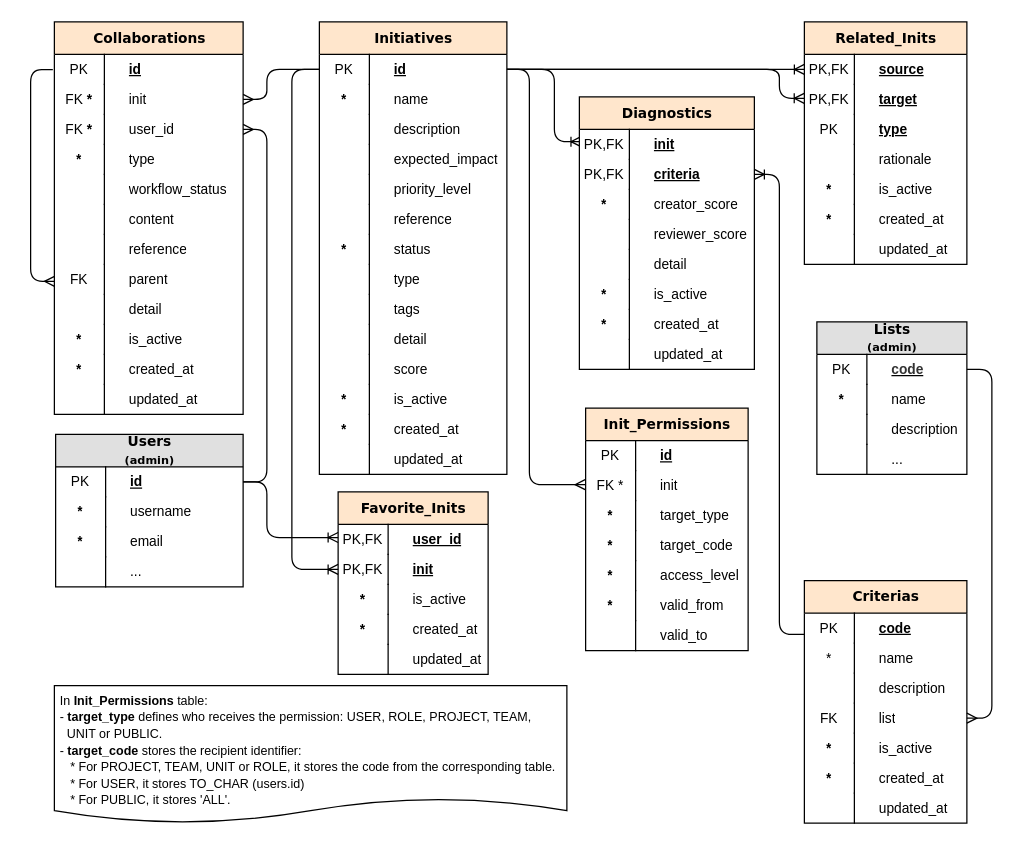
Before: page "inits" (6 of 8) of docs/models.drawio in abc-flex/synapxia, a draw.io diagram. Source tidied: cells renumbered, new cells numbered last; positions are measured from the earlier drawing's top-left corner, leaving out a move shared by most shapes. Both pictures are drawn from the tidied source at 125%, with x=0, y=0 at pixel (30, 21).
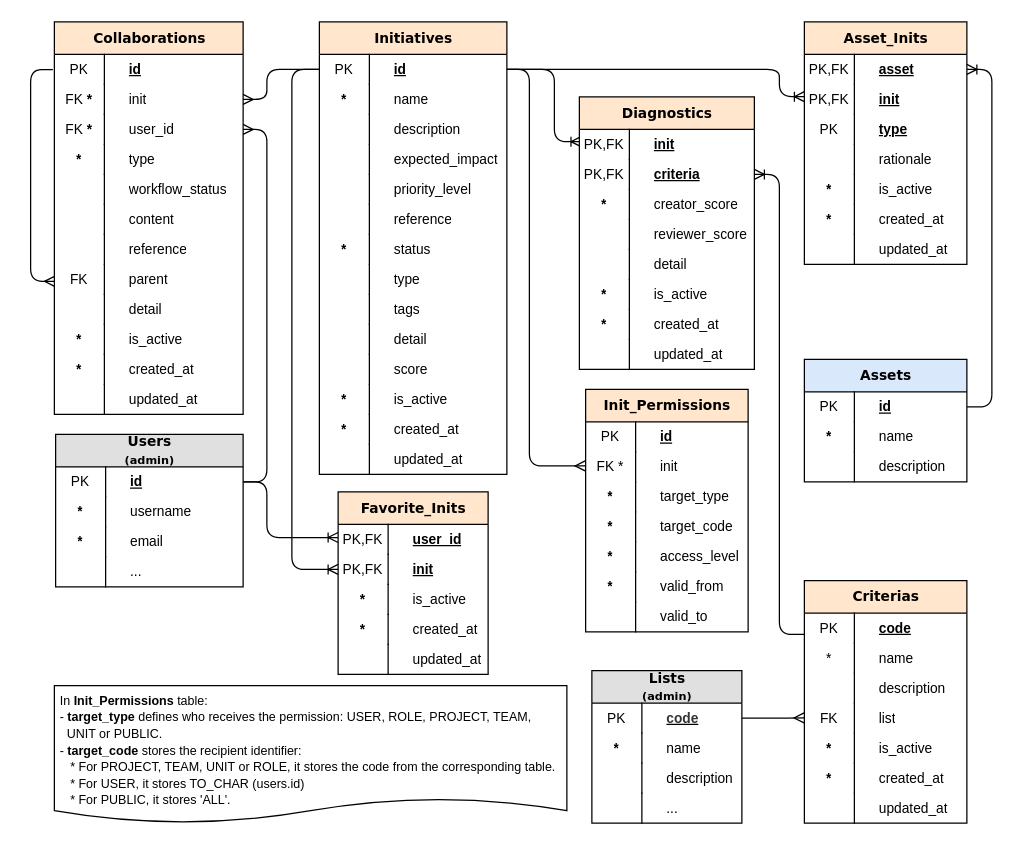
After the change.

Commit message (it also covers changes not shown here):
chore(db): change related_inits to asset_inits

Unchanged cells that the change refers to:
```xml
<mxCell id="9" value="list" style="shape=partialRectangle;top=0;left=0;right=0;bottom=0;html=1;align=left;verticalAlign=middle;fillColor=none;spacingLeft=60;spacingRight=4;whiteSpace=wrap;overflow=hidden;points=[[0,0.5],[1,0.5]];portConstraint=eastwest;fontStyle=0;fontSize=11;spacing=0;" parent="2" vertex="1">
  <mxGeometry y="98" width="130" height="24" as="geometry" />
</mxCell>
<mxCell id="10" value="FK" style="shape=partialRectangle;fontStyle=0;top=0;left=0;bottom=0;html=1;fillColor=none;align=center;verticalAlign=middle;spacingLeft=4;spacingRight=4;whiteSpace=wrap;overflow=hidden;points=[];portConstraint=eastwest;fontSize=11;spacing=0;" parent="9" vertex="1">
  <mxGeometry width="40" height="24" as="geometry" />
</mxCell>
<mxCell id="19" value="PK,FK" style="shape=partialRectangle;fontStyle=0;top=0;left=0;bottom=0;html=1;fillColor=none;align=center;verticalAlign=middle;spacingLeft=4;spacingRight=4;whiteSpace=wrap;overflow=hidden;points=[];portConstraint=eastwest;fontSize=11;spacing=0;" parent="18" vertex="1">
  <mxGeometry width="40" height="24" as="geometry" />
</mxCell>
<mxCell id="21" value="PK,FK" style="shape=partialRectangle;fontStyle=0;top=0;left=0;bottom=0;html=1;fillColor=none;align=center;verticalAlign=middle;spacingLeft=4;spacingRight=4;whiteSpace=wrap;overflow=hidden;points=[];portConstraint=eastwest;fontSize=11;spacing=0;" parent="20" vertex="1">
  <mxGeometry width="40" height="24" as="geometry" />
</mxCell>
<mxCell id="104" value="&lt;b&gt;&lt;u&gt;id&lt;/u&gt;&lt;/b&gt;" style="shape=partialRectangle;top=0;left=0;right=0;bottom=0;html=1;align=left;verticalAlign=middle;fillColor=none;spacingLeft=60;spacingRight=4;whiteSpace=wrap;overflow=hidden;points=[[0,0.5],[1,0.5]];portConstraint=eastwest;fontStyle=0;fontSize=11;spacing=0;" parent="103" vertex="1">
  <mxGeometry y="26" width="150" height="24" as="geometry" />
</mxCell>
<mxCell id="133" value="&lt;b&gt;&lt;u&gt;&lt;font style=&quot;color: rgb(51, 51, 51);&quot;&gt;code&lt;/font&gt;&lt;/u&gt;&lt;/b&gt;" style="shape=partialRectangle;top=0;left=0;right=0;bottom=0;html=1;align=left;verticalAlign=middle;fillColor=none;spacingLeft=60;spacingRight=4;whiteSpace=wrap;overflow=hidden;points=[[0,0.5],[1,0.5]];portConstraint=eastwest;fontStyle=0;fontSize=11;spacing=0;" parent="132" vertex="1">
  <mxGeometry y="26" width="120" height="24" as="geometry" />
</mxCell>
```

The edit, as a diff of the source:
```diff
@@
-    <mxCell id="17" value="Related_Inits" style="swimlane;html=1;fontStyle=1;horizontal=1;startSize=26;fillColor=#FFE6CC;swimlaneFillColor=#ffffff;align=center;rounded=0;shadow=0;comic=0;labelBackgroundColor=none;strokeWidth=1;fontFamily=Verdana;fontSize=11;spacing=0;" parent="1" vertex="1">
+    <mxCell id="17" value="Asset_Inits" style="swimlane;html=1;fontStyle=1;horizontal=1;startSize=26;fillColor=#FFE6CC;swimlaneFillColor=#ffffff;align=center;rounded=0;shadow=0;comic=0;labelBackgroundColor=none;strokeWidth=1;fontFamily=Verdana;fontSize=11;spacing=0;" parent="1" vertex="1">
       <mxGeometry x="619" width="130" height="194" as="geometry" />
     </mxCell>
-    <mxCell id="18" value="&lt;b&gt;&lt;u&gt;source&lt;/u&gt;&lt;/b&gt;" style="shape=partialRectangle;top=0;left=0;right=0;bottom=0;html=1;align=left;verticalAlign=middle;fillColor=none;spacingLeft=60;spacingRight=4;whiteSpace=wrap;overflow=hidden;points=[[0,0.5],[1,0.5]];portConstraint=eastwest;fontStyle=0;fontSize=11;spacing=0;" parent="17" vertex="1">
+    <mxCell id="18" value="&lt;b&gt;&lt;u&gt;asset&lt;/u&gt;&lt;/b&gt;" style="shape=partialRectangle;top=0;left=0;right=0;bottom=0;html=1;align=left;verticalAlign=middle;fillColor=none;spacingLeft=60;spacingRight=4;whiteSpace=wrap;overflow=hidden;points=[[0,0.5],[1,0.5]];portConstraint=eastwest;fontStyle=0;fontSize=11;spacing=0;" parent="17" vertex="1">
       <mxGeometry y="26" width="130" height="24" as="geometry" />
     </mxCell>
@@
-    <mxCell id="20" value="&lt;b&gt;&lt;u&gt;target&lt;/u&gt;&lt;/b&gt;" style="shape=partialRectangle;top=0;left=0;right=0;bottom=0;html=1;align=left;verticalAlign=middle;fillColor=none;spacingLeft=60;spacingRight=4;whiteSpace=wrap;overflow=hidden;fontStyle=0;fontSize=11;spacing=0;" parent="17" vertex="1">
+    <mxCell id="20" value="&lt;b&gt;&lt;u&gt;init&lt;/u&gt;&lt;/b&gt;" style="shape=partialRectangle;top=0;left=0;right=0;bottom=0;html=1;align=left;verticalAlign=middle;fillColor=none;spacingLeft=60;spacingRight=4;whiteSpace=wrap;overflow=hidden;fontStyle=0;fontSize=11;spacing=0;" parent="17" vertex="1">
       <mxGeometry y="50" width="130" height="24" as="geometry" />
     </mxCell>
@@
-    <mxCell id="88" style="edgeStyle=orthogonalEdgeStyle;html=1;startArrow=ERoneToMany;endArrow=none;rounded=1;fontFamily=Verdana;fontSize=11;fontStyle=1;endFill=0;spacing=0;startFill=0;elbow=vertical;entryX=1;entryY=0.5;entryDx=0;entryDy=0;" parent="1" edge="1" source="19">
+    <mxCell id="88" style="edgeStyle=orthogonalEdgeStyle;html=1;startArrow=ERoneToMany;endArrow=none;rounded=1;fontFamily=Verdana;fontSize=11;fontStyle=1;endFill=0;spacing=0;startFill=0;elbow=vertical;entryX=1;entryY=0.5;entryDx=0;entryDy=0;" parent="1" edge="1" target="104">
       <mxGeometry relative="1" as="geometry">
-        <mxPoint x="359" y="38" as="targetPoint" />
+        <mxPoint x="619" y="59.8" as="sourcePoint" />
+        <Array as="points">
+          <mxPoint x="599" y="59.8" />
+          <mxPoint x="599" y="38" />
+        </Array>
       </mxGeometry>
     </mxCell>
-    <mxCell id="89" style="edgeStyle=elbowEdgeStyle;html=1;startArrow=ERoneToMany;endArrow=none;rounded=1;fontFamily=Verdana;fontSize=11;fontStyle=1;endFill=0;spacing=0;startFill=0;entryX=1;entryY=0.5;entryDx=0;entryDy=0;exitX=-0.003;exitY=0.465;exitDx=0;exitDy=0;exitPerimeter=0;" parent="1" edge="1" source="21" target="104">
+    <mxCell id="89" style="edgeStyle=elbowEdgeStyle;html=1;startArrow=ERoneToMany;endArrow=none;rounded=1;fontFamily=Verdana;fontSize=11;fontStyle=1;endFill=0;spacing=0;startFill=0;entryX=1;entryY=0.5;entryDx=0;entryDy=0;exitX=1;exitY=0.5;exitDx=0;exitDy=0;" parent="1" edge="1" source="18" target="160">
       <mxGeometry relative="1" as="geometry">
         <Array as="points">
-          <mxPoint x="599" y="40" />
+          <mxPoint x="769" y="200" />
         </Array>
       </mxGeometry>
     </mxCell>
@@
     <mxCell id="132" value="Lists&lt;div&gt;&lt;span style=&quot;font-size: 9px;&quot;&gt;(admin)&lt;/span&gt;&lt;/div&gt;" style="swimlane;html=1;fontStyle=1;horizontal=1;startSize=26;fillColor=#e0e0e0;swimlaneFillColor=#ffffff;align=center;rounded=0;shadow=0;comic=0;labelBackgroundColor=none;strokeWidth=1;fontFamily=Verdana;fontSize=11;spacing=0;" parent="1" vertex="1">
-      <mxGeometry x="629" y="240" width="120" height="122" as="geometry" />
+      <mxGeometry x="449" y="519" width="120" height="122" as="geometry" />
     </mxCell>
@@
-    <mxCell id="141" style="edgeStyle=elbowEdgeStyle;html=1;startArrow=none;endArrow=ERmany;rounded=1;fontFamily=Verdana;fontSize=11;fontStyle=1;spacing=0;startFill=0;entryX=1;entryY=0.5;entryDx=0;entryDy=0;exitX=1;exitY=0.5;exitDx=0;exitDy=0;" parent="1" edge="1" source="133" target="9">
-      <mxGeometry relative="1" as="geometry">
-        <Array as="points">
-          <mxPoint x="769" y="410" />
-        </Array>
-      </mxGeometry>
+    <mxCell id="141" style="edgeStyle=elbowEdgeStyle;html=1;startArrow=none;endArrow=ERmany;rounded=1;fontFamily=Verdana;fontSize=11;fontStyle=1;spacing=0;startFill=0;entryX=-0.006;entryY=0.491;entryDx=0;entryDy=0;exitX=1;exitY=0.5;exitDx=0;exitDy=0;entryPerimeter=0;" parent="1" edge="1" source="133" target="10">
+      <mxGeometry relative="1" as="geometry" />
     </mxCell>
     <mxCell id="142" value="&lt;font&gt;Init_Permissions&lt;/font&gt;" style="swimlane;html=1;fontStyle=1;horizontal=1;startSize=26;fillColor=#FFE6CC;swimlaneFillColor=#ffffff;align=center;rounded=0;shadow=0;comic=0;labelBackgroundColor=none;strokeWidth=1;fontFamily=Verdana;fontSize=11;spacing=0;" parent="1" vertex="1">
-      <mxGeometry x="444" y="309" width="130" height="194" as="geometry" />
+      <mxGeometry x="444" y="294" width="130" height="194" as="geometry" />
     </mxCell>
@@
+    <mxCell id="159" value="&lt;font&gt;Assets&lt;/font&gt;" style="swimlane;html=1;fontStyle=1;horizontal=1;startSize=26;fillColor=#DAE8FC;swimlaneFillColor=#ffffff;align=center;rounded=0;shadow=0;comic=0;labelBackgroundColor=none;strokeWidth=1;fontFamily=Verdana;fontSize=11;spacing=0;" parent="1" vertex="1">
+      <mxGeometry x="619" y="270" width="130" height="98" as="geometry" />
+    </mxCell>
+    <mxCell id="160" value="&lt;b&gt;&lt;u&gt;id&lt;/u&gt;&lt;/b&gt;" style="shape=partialRectangle;top=0;left=0;right=0;bottom=0;html=1;align=left;verticalAlign=middle;fillColor=none;spacingLeft=60;spacingRight=4;whiteSpace=wrap;overflow=hidden;points=[[0,0.5],[1,0.5]];portConstraint=eastwest;fontStyle=0;fontSize=11;spacing=0;" parent="159" vertex="1">
+      <mxGeometry y="26" width="130" height="24" as="geometry" />
+    </mxCell>
+    <mxCell id="161" value="PK" style="shape=partialRectangle;fontStyle=0;top=0;left=0;bottom=0;html=1;fillColor=none;align=center;verticalAlign=middle;spacingLeft=4;spacingRight=4;whiteSpace=wrap;overflow=hidden;fontSize=11;spacing=0;" parent="160" vertex="1">
+      <mxGeometry width="40" height="24" as="geometry" />
+    </mxCell>
+    <mxCell id="162" value="name" style="shape=partialRectangle;top=0;left=0;right=0;bottom=0;html=1;align=left;verticalAlign=middle;fillColor=none;spacingLeft=60;spacingRight=4;whiteSpace=wrap;overflow=hidden;fontStyle=0;fontSize=11;spacing=0;" parent="159" vertex="1">
+      <mxGeometry y="50" width="130" height="24" as="geometry" />
+    </mxCell>
+    <mxCell id="163" value="&lt;b&gt;*&lt;/b&gt;" style="shape=partialRectangle;fontStyle=0;top=0;left=0;bottom=0;html=1;fillColor=none;align=center;verticalAlign=middle;spacingLeft=4;spacingRight=4;whiteSpace=wrap;overflow=hidden;fontSize=11;spacing=0;" parent="162" vertex="1">
+      <mxGeometry width="40" height="24" as="geometry" />
+    </mxCell>
+    <mxCell id="164" value="description" style="shape=partialRectangle;top=0;left=0;right=0;bottom=0;html=1;align=left;verticalAlign=middle;fillColor=none;spacingLeft=60;spacingRight=4;whiteSpace=wrap;overflow=hidden;fontStyle=0;fontSize=11;spacing=0;" parent="159" vertex="1">
+      <mxGeometry y="74" width="130" height="24" as="geometry" />
+    </mxCell>
+    <mxCell id="165" style="shape=partialRectangle;fontStyle=0;top=0;left=0;bottom=0;html=1;fillColor=none;align=center;verticalAlign=middle;spacingLeft=4;spacingRight=4;whiteSpace=wrap;overflow=hidden;fontSize=11;spacing=0;" parent="164" vertex="1">
+      <mxGeometry width="40" height="24" as="geometry" />
+    </mxCell>
```
